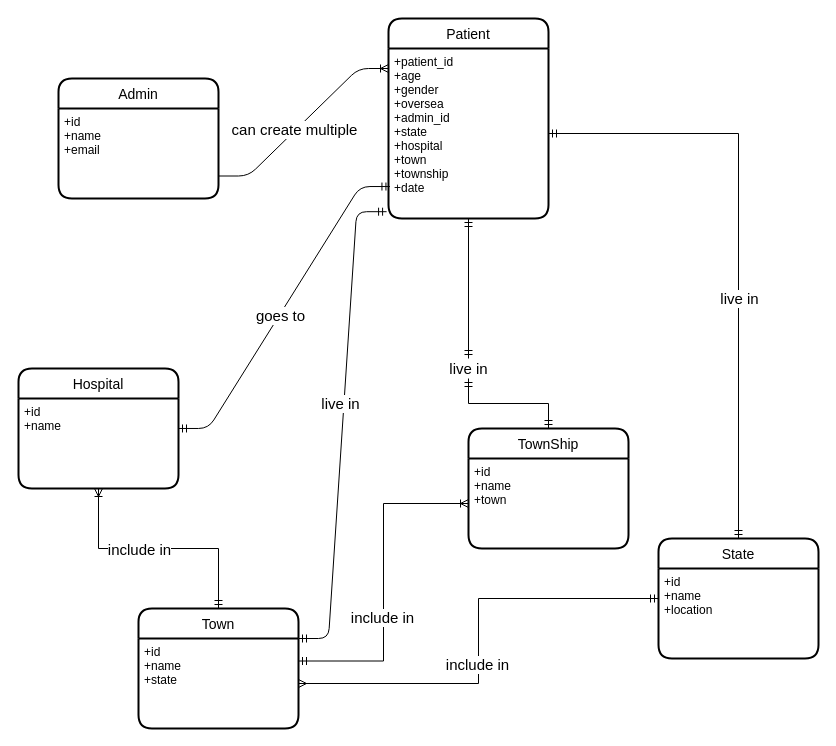
The draw.io diagram diagram/ERDiagram.drawio in mgkyawmyotun/covid19userjava, before the edit. Source tidied: cells renumbered, new cells numbered last; positions are measured from the earlier drawing's top-left corner, leaving out a move shared by most shapes. Both pictures are drawn from the tidied source at 100%, with x=0, y=0 at pixel (18, 18).
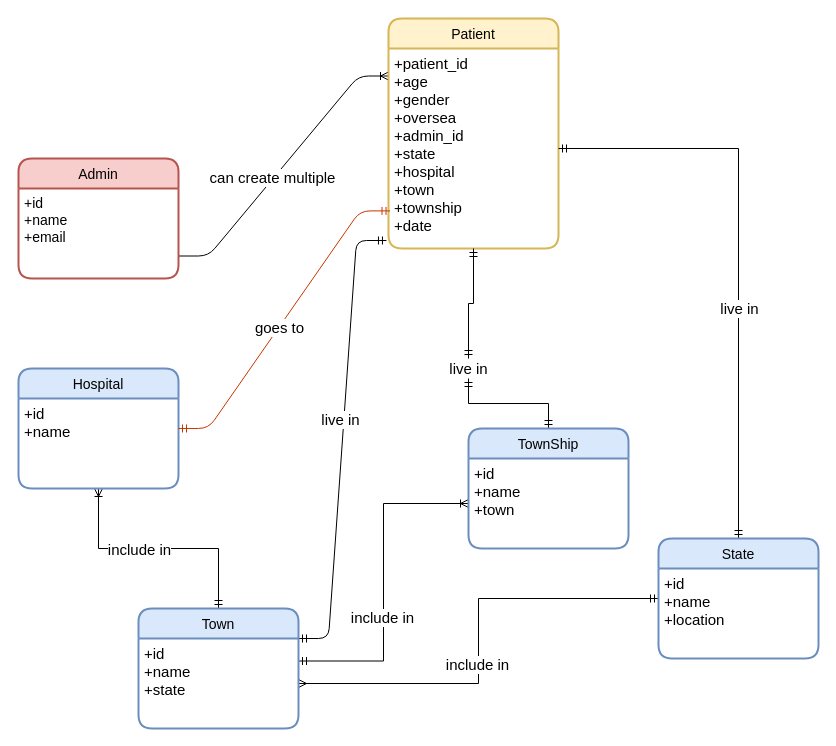
Above is the later version.

What changed in the source:
```diff
@@
-    <mxCell id="4" value="Admin" style="swimlane;horizontal=1;startSize=30;rounded=1;fontSize=14;fontStyle=0;strokeWidth=2;shadow=0;dashed=0;align=center;" parent="1" vertex="1">
-      <mxGeometry x="40" y="60" width="160" height="120" as="geometry" />
-    </mxCell>
-    <mxCell id="5" value="+id&#10;+name&#10;+email" style="align=left;strokeColor=none;fillColor=none;spacingLeft=4;fontSize=12;verticalAlign=top;" parent="4" vertex="1">
-      <mxGeometry y="30" width="160" height="90" as="geometry" />
-    </mxCell>
-    <mxCell id="6" value="Patient" style="swimlane;horizontal=1;startSize=30;rounded=1;fontSize=14;fontStyle=0;strokeWidth=2;shadow=0;dashed=0;align=center;" parent="1" vertex="1">
-      <mxGeometry x="370" width="160" height="200" as="geometry" />
+    <mxCell id="6" value="Patient" style="swimlane;horizontal=1;startSize=30;rounded=1;fontSize=14;fontStyle=0;strokeWidth=2;shadow=0;dashed=0;align=center;fillColor=#fff2cc;strokeColor=#d6b656;" parent="1" vertex="1">
+      <mxGeometry x="370" width="170" height="230" as="geometry" />
     </mxCell>
-    <mxCell id="7" value="+patient_id&#10;+age&#10;+gender&#10;+oversea&#10;+admin_id&#10;+state&#10;+hospital&#10;+town&#10;+township&#10;+date&#10;" style="align=left;strokeColor=none;fillColor=none;spacingLeft=4;fontSize=12;verticalAlign=top;" parent="6" vertex="1">
-      <mxGeometry y="30" width="160" height="170" as="geometry" />
+    <mxCell id="7" value="+patient_id&#10;+age&#10;+gender&#10;+oversea&#10;+admin_id&#10;+state&#10;+hospital&#10;+town&#10;+township&#10;+date&#10;" style="align=left;strokeColor=none;fillColor=none;spacingLeft=4;fontSize=15;verticalAlign=top;" parent="6" vertex="1">
+      <mxGeometry y="30" width="170" height="200" as="geometry" />
     </mxCell>
@@
-    <mxCell id="10" value="Hospital" style="swimlane;horizontal=1;startSize=30;rounded=1;fontSize=14;fontStyle=0;strokeWidth=2;shadow=0;dashed=0;align=center;" parent="1" vertex="1">
+    <mxCell id="10" value="Hospital" style="swimlane;horizontal=1;startSize=30;rounded=1;fontSize=14;fontStyle=0;strokeWidth=2;shadow=0;dashed=0;align=center;fillColor=#dae8fc;strokeColor=#6c8ebf;" parent="1" vertex="1">
       <mxGeometry y="350" width="160" height="120" as="geometry" />
     </mxCell>
-    <mxCell id="11" value="+id&#10;+name&#10;" style="align=left;strokeColor=none;fillColor=none;spacingLeft=4;fontSize=12;verticalAlign=top;" parent="10" vertex="1">
+    <mxCell id="11" value="+id&#10;+name&#10;" style="align=left;strokeColor=none;fillColor=none;spacingLeft=4;fontSize=15;verticalAlign=top;" parent="10" vertex="1">
       <mxGeometry y="30" width="160" height="90" as="geometry" />
     </mxCell>
-    <mxCell id="12" style="edgeStyle=entityRelationEdgeStyle;fontSize=12;html=1;endArrow=ERmandOne;startArrow=ERmandOne;exitX=1;exitY=0.333;exitDx=0;exitDy=0;exitPerimeter=0;entryX=0.009;entryY=0.812;entryDx=0;entryDy=0;entryPerimeter=0;" parent="1" edge="1" source="11" target="7">
+    <mxCell id="12" style="edgeStyle=entityRelationEdgeStyle;fontSize=12;html=1;endArrow=ERmandOne;startArrow=ERmandOne;exitX=1;exitY=0.333;exitDx=0;exitDy=0;exitPerimeter=0;entryX=0.009;entryY=0.812;entryDx=0;entryDy=0;entryPerimeter=0;fillColor=#fa6800;strokeColor=#C73500;" parent="1" edge="1" source="11" target="7">
       <mxGeometry relative="1" as="geometry" />
     </mxCell>
@@
-    <mxCell id="23" value="State" style="swimlane;horizontal=1;startSize=30;rounded=1;fontSize=14;fontStyle=0;strokeWidth=2;shadow=0;dashed=0;align=center;" parent="1" vertex="1">
+    <mxCell id="23" value="State" style="swimlane;horizontal=1;startSize=30;rounded=1;fontSize=14;fontStyle=0;strokeWidth=2;shadow=0;dashed=0;align=center;fillColor=#dae8fc;strokeColor=#6c8ebf;" parent="1" vertex="1">
       <mxGeometry x="640" y="520" width="160" height="120" as="geometry" />
     </mxCell>
-    <mxCell id="24" value="+id&#10;+name&#10;+location" style="align=left;strokeColor=none;fillColor=none;spacingLeft=4;fontSize=12;verticalAlign=top;" parent="23" vertex="1">
+    <mxCell id="24" value="+id&#10;+name&#10;+location" style="align=left;strokeColor=none;fillColor=none;spacingLeft=4;fontSize=15;verticalAlign=top;" parent="23" vertex="1">
       <mxGeometry y="30" width="160" height="90" as="geometry" />
     </mxCell>
@@
-    <mxCell id="27" value="TownShip" style="swimlane;horizontal=1;startSize=30;rounded=1;fontSize=14;fontStyle=0;strokeWidth=2;shadow=0;dashed=0;align=center;" parent="1" vertex="1">
+    <mxCell id="27" value="TownShip" style="swimlane;horizontal=1;startSize=30;rounded=1;fontSize=14;fontStyle=0;strokeWidth=2;shadow=0;dashed=0;align=center;fillColor=#dae8fc;strokeColor=#6c8ebf;" parent="1" vertex="1">
       <mxGeometry x="450" y="410" width="160" height="120" as="geometry" />
     </mxCell>
-    <mxCell id="28" value="+id&#10;+name&#10;+town" style="align=left;strokeColor=none;fillColor=none;spacingLeft=4;fontSize=12;verticalAlign=top;" parent="27" vertex="1">
+    <mxCell id="28" value="+id&#10;+name&#10;+town" style="align=left;strokeColor=none;fillColor=none;spacingLeft=4;fontSize=15;verticalAlign=top;" parent="27" vertex="1">
       <mxGeometry y="30" width="160" height="90" as="geometry" />
     </mxCell>
-    <mxCell id="29" value="Town" style="swimlane;horizontal=1;startSize=30;rounded=1;fontSize=14;fontStyle=0;strokeWidth=2;shadow=0;dashed=0;align=center;" parent="1" vertex="1">
+    <mxCell id="29" value="Town" style="swimlane;horizontal=1;startSize=30;rounded=1;fontSize=14;fontStyle=0;strokeWidth=2;shadow=0;dashed=0;align=center;fillColor=#dae8fc;strokeColor=#6c8ebf;" parent="1" vertex="1">
       <mxGeometry x="120" y="590" width="160" height="120" as="geometry" />
     </mxCell>
-    <mxCell id="30" value="+id&#10;+name&#10;+state" style="align=left;strokeColor=none;fillColor=none;spacingLeft=4;fontSize=12;verticalAlign=top;" parent="29" vertex="1">
+    <mxCell id="30" value="+id&#10;+name&#10;+state" style="align=left;strokeColor=none;fillColor=none;spacingLeft=4;fontSize=15;verticalAlign=top;" parent="29" vertex="1">
       <mxGeometry y="30" width="160" height="90" as="geometry" />
     </mxCell>
+    <mxCell id="4" value="Admin" style="swimlane;horizontal=1;startSize=30;rounded=1;fontSize=14;fontStyle=0;strokeWidth=2;shadow=0;dashed=0;align=center;fillColor=#f8cecc;strokeColor=#b85450;" parent="1" vertex="1">
+      <mxGeometry y="140" width="160" height="120" as="geometry" />
+    </mxCell>
+    <mxCell id="5" value="+id&#10;+name&#10;+email" style="align=left;strokeColor=none;fillColor=none;spacingLeft=4;fontSize=14;verticalAlign=top;" parent="4" vertex="1">
+      <mxGeometry y="30" width="160" height="90" as="geometry" />
+    </mxCell>
```
